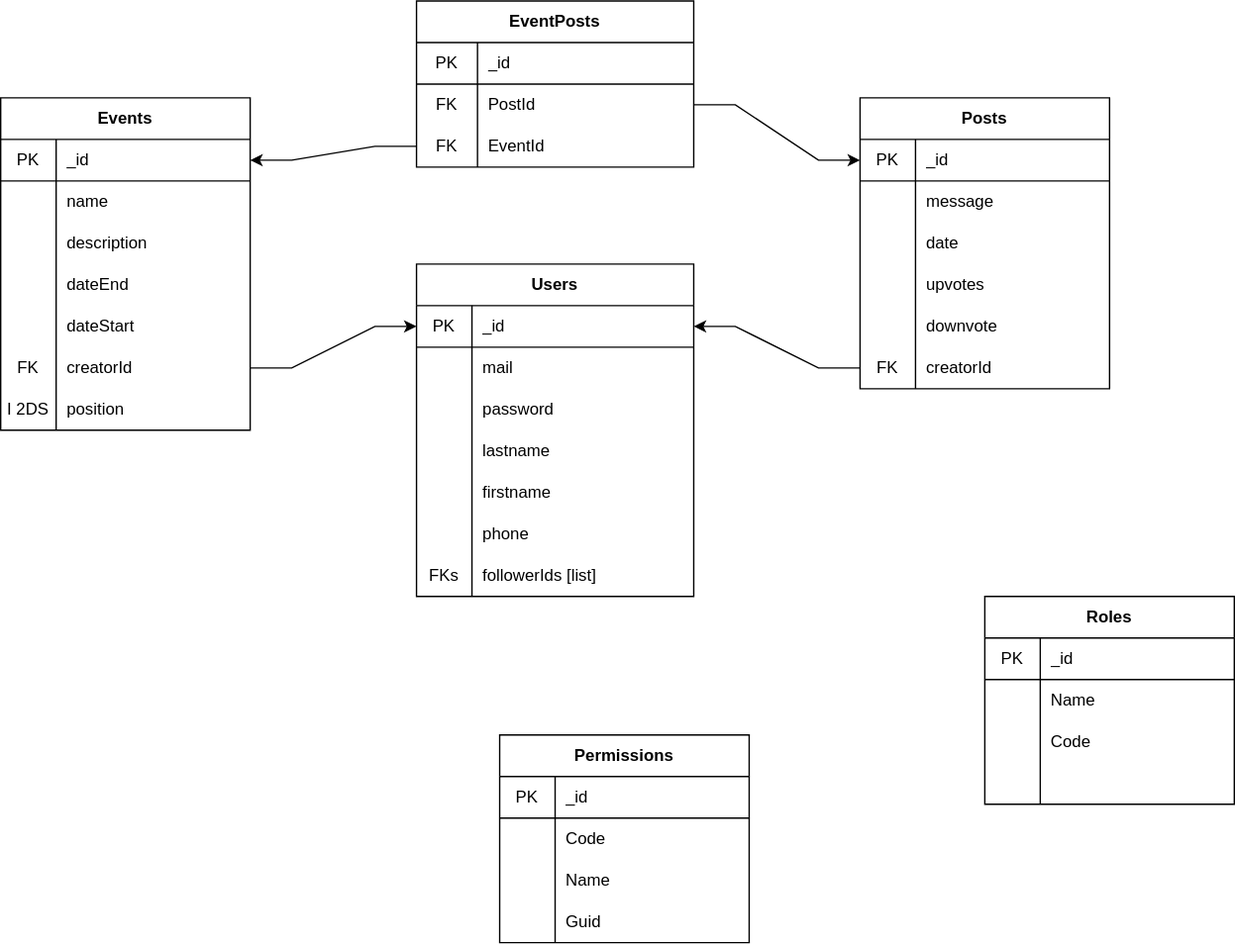
Above: DB.svg in BriceMichalskiStudent/M2_MyCalendApp_backend (draw.io), before the change. Source tidied: cells renumbered, new cells last; positions are measured from the earlier drawing's top-left corner, leaving out a move shared by most shapes.
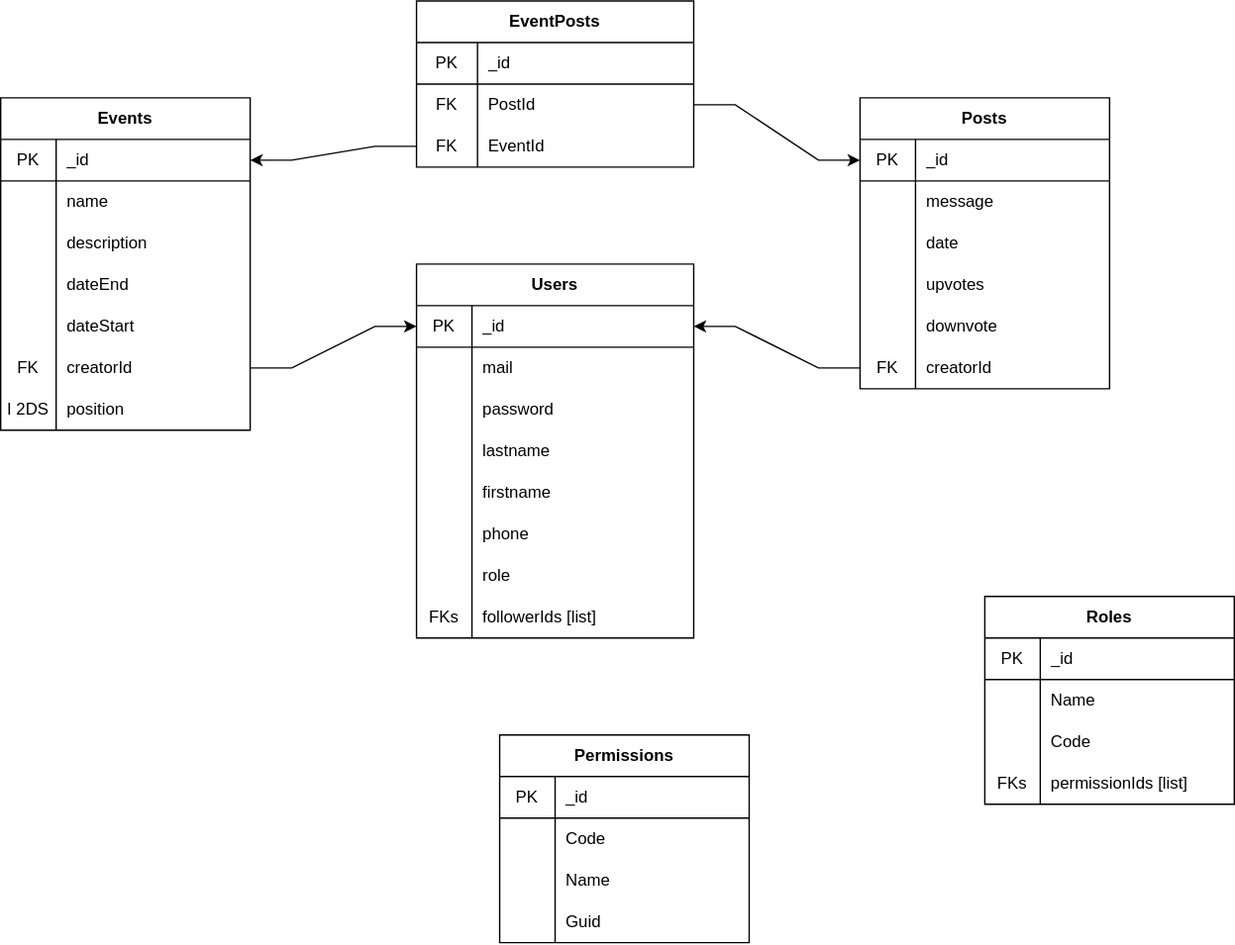
After the change.

The edit, as a diff of the source:
```diff
@@ -3,7 +3,7 @@
     <mxCell id="0" />
     <mxCell id="1" parent="0" />
     <mxCell id="2" value="Users" style="shape=table;html=1;whiteSpace=wrap;startSize=30;rowLines=0;fontStyle=1;align=center;" parent="1" vertex="1">
-      <mxGeometry x="300" y="190" width="200" height="240" as="geometry" />
+      <mxGeometry x="300" y="190" width="200" height="270" as="geometry" />
     </mxCell>
     <mxCell id="3" style="shape=partialRectangle;html=1;whiteSpace=wrap;fillColor=none;top=0;left=0;bottom=1;right=0;points=[[0,0.5],[1,0.5]];portConstraint=eastwest;" parent="2" vertex="1">
       <mxGeometry y="30" width="200" height="30" as="geometry" />
@@ -177,7 +177,7 @@
       <mxGeometry relative="1" as="geometry" />
     </mxCell>
     <mxCell id="60" style="shape=partialRectangle;html=1;whiteSpace=wrap;fillColor=none;top=0;left=0;bottom=0;right=0;" parent="1" vertex="1">
-      <mxGeometry x="300" y="400" width="180" height="30" as="geometry" />
+      <mxGeometry x="300" y="430" width="180" height="30" as="geometry" />
     </mxCell>
     <mxCell id="61" value="FKs" style="shape=partialRectangle;html=1;whiteSpace=wrap;fillColor=none;top=0;left=0;bottom=0;right=0;overflow=hidden;" parent="60" vertex="1">
       <mxGeometry width="40" height="30" as="geometry" />
@@ -284,5 +284,17 @@
     <mxCell id="95" value="Guid" style="shape=partialRectangle;html=1;whiteSpace=wrap;fillColor=none;top=0;left=0;bottom=0;right=0;align=left;spacingLeft=6;overflow=hidden;" parent="93" vertex="1">
       <mxGeometry x="40" width="140" height="30" as="geometry" />
     </mxCell>
+    <mxCell id="96" style="shape=partialRectangle;html=1;whiteSpace=wrap;fillColor=none;top=0;left=0;bottom=0;right=0;" parent="1" vertex="1">
+      <mxGeometry x="710" y="550" width="180" height="30" as="geometry" />
+    </mxCell>
+    <mxCell id="97" value="FKs" style="shape=partialRectangle;html=1;whiteSpace=wrap;fillColor=none;top=0;left=0;bottom=0;right=0;overflow=hidden;" parent="96" vertex="1">
+      <mxGeometry width="40" height="30" as="geometry" />
+    </mxCell>
+    <mxCell id="98" value="permissionIds [list]" style="shape=partialRectangle;html=1;whiteSpace=wrap;fillColor=none;top=0;left=0;bottom=0;right=0;align=left;spacingLeft=6;overflow=hidden;" parent="96" vertex="1">
+      <mxGeometry x="40" width="140" height="30" as="geometry" />
+    </mxCell>
+    <mxCell id="99" value="role" style="shape=partialRectangle;html=1;whiteSpace=wrap;fillColor=none;top=0;left=0;bottom=0;right=0;align=left;spacingLeft=6;overflow=hidden;" parent="1" vertex="1">
+      <mxGeometry x="340" y="400" width="140" height="30" as="geometry" />
+    </mxCell>
   </root>
 </mxGraphModel>
```
